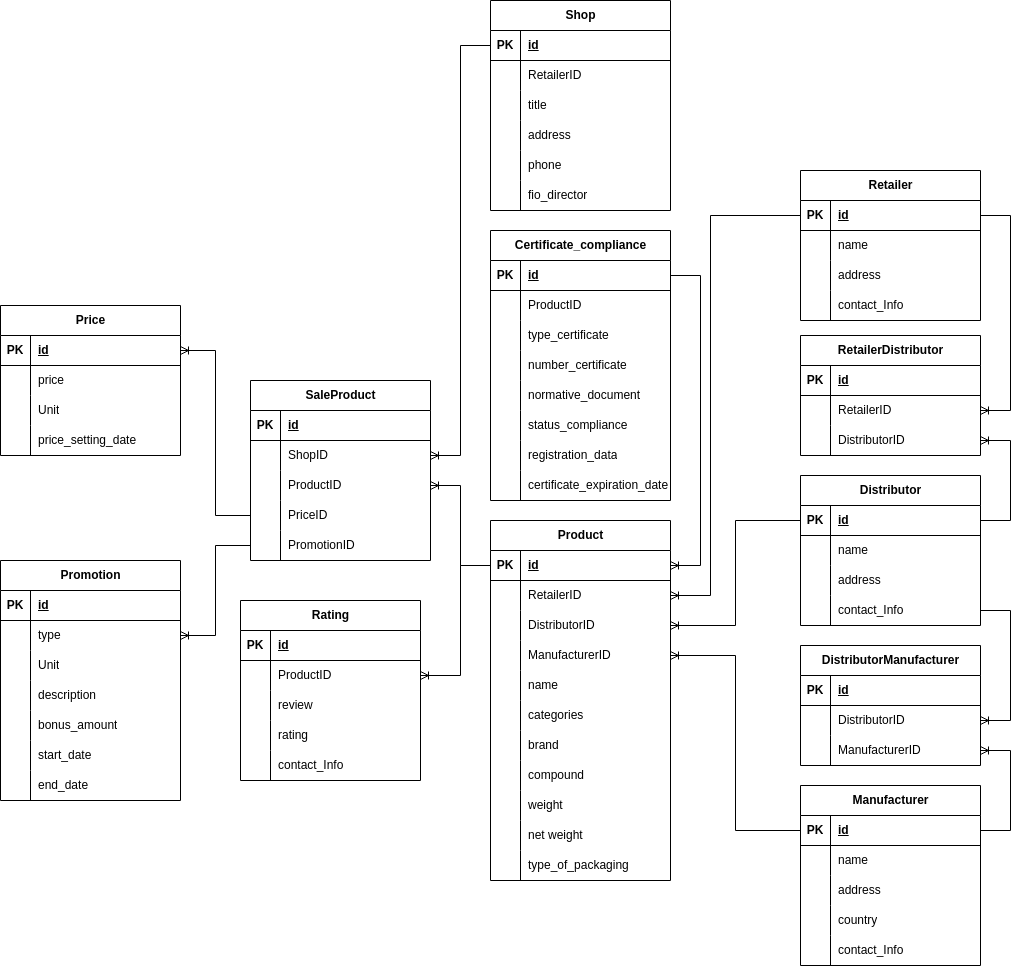
Before: docs/coursework/inc/img/er-entities-diag.drawio.png, a diagram exported from draw.io (nikitalystsev/db_course). Source tidied: cells renumbered, new cells last; positions are measured from the earlier drawing's top-left corner, leaving out a move shared by most shapes.
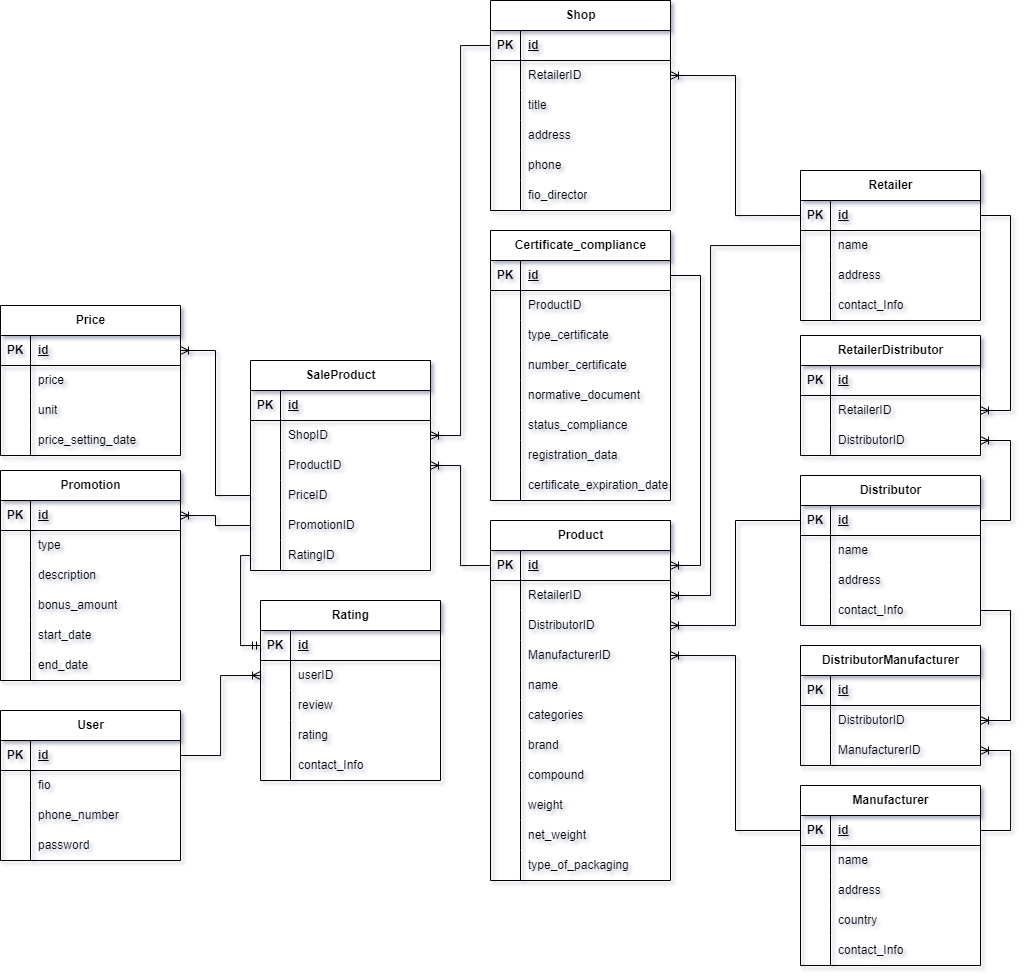
After the change.

Diff of the diagram source:
```diff
@@ -92,7 +92,7 @@
     <mxCell id="31" style="shape=partialRectangle;fillColor=none;top=0;left=0;bottom=0;right=0;overflow=hidden;whiteSpace=wrap;html=1;" parent="30" vertex="1">
       <mxGeometry width="30" height="30" as="geometry" />
     </mxCell>
-    <mxCell id="32" value="net weight" style="shape=partialRectangle;fillColor=none;top=0;left=0;bottom=0;right=0;align=left;spacingLeft=6;overflow=hidden;whiteSpace=wrap;html=1;" parent="30" vertex="1">
+    <mxCell id="32" value="net_weight" style="shape=partialRectangle;fillColor=none;top=0;left=0;bottom=0;right=0;align=left;spacingLeft=6;overflow=hidden;whiteSpace=wrap;html=1;" parent="30" vertex="1">
       <mxGeometry x="30" width="150" height="30" as="geometry" />
     </mxCell>
     <mxCell id="33" style="shape=tableRow;horizontal=0;startSize=0;swimlaneHead=0;swimlaneBody=0;fillColor=none;top=0;left=0;right=0;bottom=0;" parent="2" vertex="1">
@@ -359,7 +359,7 @@
       <mxGeometry x="30" width="150" height="30" as="geometry" />
     </mxCell>
     <mxCell id="119" value="SaleProduct" style="shape=table;startSize=30;rowLines=0;fontStyle=1;align=center;html=1;" parent="1" vertex="1">
-      <mxGeometry x="250" y="380" width="180" height="180" as="geometry" />
+      <mxGeometry x="250" y="360" width="180" height="210" as="geometry" />
     </mxCell>
     <mxCell id="120" style="shape=tableRow;horizontal=0;startSize=0;swimlaneHead=0;swimlaneBody=0;fillColor=none;top=0;left=0;right=0;bottom=1;" parent="119" vertex="1">
       <mxGeometry y="30" width="180" height="30" as="geometry" />
@@ -406,6 +406,15 @@
     <mxCell id="134" value="PromotionID" style="shape=partialRectangle;fillColor=none;top=0;left=0;bottom=0;right=0;align=left;spacingLeft=6;overflow=hidden;whiteSpace=wrap;html=1;" parent="132" vertex="1">
       <mxGeometry x="30" width="150" height="30" as="geometry" />
     </mxCell>
+    <mxCell id="222" style="shape=tableRow;horizontal=0;startSize=0;swimlaneHead=0;swimlaneBody=0;fillColor=none;points=[[0,0.5],[1,0.5]];portConstraint=eastwest;top=0;left=0;right=0;bottom=0;" parent="119" vertex="1">
+      <mxGeometry y="180" width="180" height="30" as="geometry" />
+    </mxCell>
+    <mxCell id="223" style="shape=partialRectangle;fillColor=none;top=0;left=0;bottom=0;right=0;overflow=hidden;whiteSpace=wrap;html=1;" parent="222" vertex="1">
+      <mxGeometry width="30" height="30" as="geometry" />
+    </mxCell>
+    <mxCell id="224" value="RatingID" style="shape=partialRectangle;fillColor=none;top=0;left=0;bottom=0;right=0;align=left;spacingLeft=6;overflow=hidden;whiteSpace=wrap;html=1;" parent="222" vertex="1">
+      <mxGeometry x="30" width="150" height="30" as="geometry" />
+    </mxCell>
     <mxCell id="135" style="edgeStyle=orthogonalEdgeStyle;fontSize=12;html=1;endArrow=ERoneToMany;rounded=0;entryX=1;entryY=0.5;entryDx=0;entryDy=0;exitX=0;exitY=0.5;exitDx=0;exitDy=0;" parent="1" edge="1" source="101" target="123">
       <mxGeometry relative="1" as="geometry" />
     </mxCell>
@@ -436,7 +445,7 @@
     <mxCell id="144" style="shape=partialRectangle;fillColor=none;top=0;left=0;bottom=0;right=0;overflow=hidden;whiteSpace=wrap;html=1;" parent="143" vertex="1">
       <mxGeometry width="30" height="30" as="geometry" />
     </mxCell>
-    <mxCell id="145" value="Unit" style="shape=partialRectangle;fillColor=none;top=0;left=0;bottom=0;right=0;align=left;spacingLeft=6;overflow=hidden;whiteSpace=wrap;html=1;" parent="143" vertex="1">
+    <mxCell id="145" value="unit" style="shape=partialRectangle;fillColor=none;top=0;left=0;bottom=0;right=0;align=left;spacingLeft=6;overflow=hidden;whiteSpace=wrap;html=1;" parent="143" vertex="1">
       <mxGeometry x="30" width="150" height="30" as="geometry" />
     </mxCell>
     <mxCell id="146" style="shape=tableRow;horizontal=0;startSize=0;swimlaneHead=0;swimlaneBody=0;fillColor=none;top=0;left=0;right=0;bottom=0;" parent="136" vertex="1">
@@ -455,7 +464,7 @@
       <mxGeometry relative="1" as="geometry" />
     </mxCell>
     <mxCell id="151" value="Promotion" style="shape=table;startSize=30;rowLines=0;fontStyle=1;align=center;html=1;" parent="1" vertex="1">
-      <mxGeometry y="560" width="180" height="240" as="geometry" />
+      <mxGeometry y="470" width="180" height="210" as="geometry" />
     </mxCell>
     <mxCell id="152" style="shape=tableRow;horizontal=0;startSize=0;swimlaneHead=0;swimlaneBody=0;fillColor=none;points=[[0,0.5],[1,0.5]];portConstraint=eastwest;top=0;left=0;right=0;bottom=1;" parent="151" vertex="1">
       <mxGeometry y="30" width="180" height="30" as="geometry" />
@@ -475,17 +484,8 @@
     <mxCell id="157" value="type" style="shape=partialRectangle;fillColor=none;top=0;left=0;bottom=0;right=0;align=left;spacingLeft=6;overflow=hidden;whiteSpace=wrap;html=1;" parent="155" vertex="1">
       <mxGeometry x="30" width="150" height="30" as="geometry" />
     </mxCell>
-    <mxCell id="158" style="shape=tableRow;horizontal=0;startSize=0;swimlaneHead=0;swimlaneBody=0;fillColor=none;top=0;left=0;right=0;bottom=0;" parent="151" vertex="1">
-      <mxGeometry y="90" width="180" height="30" as="geometry" />
-    </mxCell>
-    <mxCell id="159" style="shape=partialRectangle;fillColor=none;top=0;left=0;bottom=0;right=0;overflow=hidden;whiteSpace=wrap;html=1;" parent="158" vertex="1">
-      <mxGeometry width="30" height="30" as="geometry" />
-    </mxCell>
-    <mxCell id="160" value="Unit" style="shape=partialRectangle;fillColor=none;top=0;left=0;bottom=0;right=0;align=left;spacingLeft=6;overflow=hidden;whiteSpace=wrap;html=1;" parent="158" vertex="1">
-      <mxGeometry x="30" width="150" height="30" as="geometry" />
-    </mxCell>
     <mxCell id="161" style="shape=tableRow;horizontal=0;startSize=0;swimlaneHead=0;swimlaneBody=0;fillColor=none;top=0;left=0;right=0;bottom=0;" parent="151" vertex="1">
-      <mxGeometry y="120" width="180" height="30" as="geometry" />
+      <mxGeometry y="90" width="180" height="30" as="geometry" />
     </mxCell>
     <mxCell id="162" style="shape=partialRectangle;fillColor=none;top=0;left=0;bottom=0;right=0;overflow=hidden;whiteSpace=wrap;html=1;" parent="161" vertex="1">
       <mxGeometry width="30" height="30" as="geometry" />
@@ -494,7 +494,7 @@
       <mxGeometry x="30" width="150" height="30" as="geometry" />
     </mxCell>
     <mxCell id="164" style="shape=tableRow;horizontal=0;startSize=0;swimlaneHead=0;swimlaneBody=0;fillColor=none;top=0;left=0;right=0;bottom=0;" parent="151" vertex="1">
-      <mxGeometry y="150" width="180" height="30" as="geometry" />
+      <mxGeometry y="120" width="180" height="30" as="geometry" />
     </mxCell>
     <mxCell id="165" style="shape=partialRectangle;fillColor=none;top=0;left=0;bottom=0;right=0;overflow=hidden;whiteSpace=wrap;html=1;" parent="164" vertex="1">
       <mxGeometry width="30" height="30" as="geometry" />
@@ -503,7 +503,7 @@
       <mxGeometry x="30" width="150" height="30" as="geometry" />
     </mxCell>
     <mxCell id="167" style="shape=tableRow;horizontal=0;startSize=0;swimlaneHead=0;swimlaneBody=0;fillColor=none;top=0;left=0;right=0;bottom=0;" parent="151" vertex="1">
-      <mxGeometry y="180" width="180" height="30" as="geometry" />
+      <mxGeometry y="150" width="180" height="30" as="geometry" />
     </mxCell>
     <mxCell id="168" style="shape=partialRectangle;fillColor=none;top=0;left=0;bottom=0;right=0;overflow=hidden;whiteSpace=wrap;html=1;" parent="167" vertex="1">
       <mxGeometry width="30" height="30" as="geometry" />
@@ -512,7 +512,7 @@
       <mxGeometry x="30" width="150" height="30" as="geometry" />
     </mxCell>
     <mxCell id="170" style="shape=tableRow;horizontal=0;startSize=0;swimlaneHead=0;swimlaneBody=0;fillColor=none;top=0;left=0;right=0;bottom=0;" parent="151" vertex="1">
-      <mxGeometry y="210" width="180" height="30" as="geometry" />
+      <mxGeometry y="180" width="180" height="30" as="geometry" />
     </mxCell>
     <mxCell id="171" style="shape=partialRectangle;fillColor=none;top=0;left=0;bottom=0;right=0;overflow=hidden;whiteSpace=wrap;html=1;" parent="170" vertex="1">
       <mxGeometry width="30" height="30" as="geometry" />
@@ -520,11 +520,11 @@
     <mxCell id="172" value="end_date" style="shape=partialRectangle;fillColor=none;top=0;left=0;bottom=0;right=0;align=left;spacingLeft=6;overflow=hidden;whiteSpace=wrap;html=1;" parent="170" vertex="1">
       <mxGeometry x="30" width="150" height="30" as="geometry" />
     </mxCell>
-    <mxCell id="173" style="edgeStyle=orthogonalEdgeStyle;fontSize=12;html=1;endArrow=ERoneToMany;rounded=0;entryX=1;entryY=0.5;entryDx=0;entryDy=0;exitX=0;exitY=0.5;exitDx=0;exitDy=0;" parent="1" edge="1" source="132" target="155">
+    <mxCell id="173" style="edgeStyle=orthogonalEdgeStyle;fontSize=12;html=1;endArrow=ERoneToMany;rounded=0;entryX=1;entryY=0.5;entryDx=0;entryDy=0;exitX=0;exitY=0.5;exitDx=0;exitDy=0;" parent="1" edge="1" source="132" target="152">
       <mxGeometry relative="1" as="geometry" />
     </mxCell>
     <mxCell id="174" value="Rating" style="shape=table;startSize=30;rowLines=0;fontStyle=1;align=center;html=1;" parent="1" vertex="1">
-      <mxGeometry x="240" y="600" width="180" height="180" as="geometry" />
+      <mxGeometry x="260" y="600" width="180" height="180" as="geometry" />
     </mxCell>
     <mxCell id="175" style="shape=tableRow;horizontal=0;startSize=0;swimlaneHead=0;swimlaneBody=0;fillColor=none;points=[[0,0.5],[1,0.5]];portConstraint=eastwest;top=0;left=0;right=0;bottom=1;" parent="174" vertex="1">
       <mxGeometry y="30" width="180" height="30" as="geometry" />
@@ -535,24 +535,24 @@
     <mxCell id="177" value="id" style="shape=partialRectangle;fillColor=none;top=0;left=0;bottom=0;right=0;align=left;spacingLeft=6;fontStyle=5;overflow=hidden;whiteSpace=wrap;html=1;" parent="175" vertex="1">
       <mxGeometry x="30" width="150" height="30" as="geometry" />
     </mxCell>
-    <mxCell id="178" style="shape=tableRow;horizontal=0;startSize=0;swimlaneHead=0;swimlaneBody=0;fillColor=none;points=[[0,0.5],[1,0.5]];portConstraint=eastwest;top=0;left=0;right=0;bottom=0;" parent="174" vertex="1">
-      <mxGeometry y="60" width="180" height="30" as="geometry" />
-    </mxCell>
-    <mxCell id="179" style="shape=partialRectangle;fillColor=none;top=0;left=0;bottom=0;right=0;overflow=hidden;whiteSpace=wrap;html=1;" parent="178" vertex="1">
-      <mxGeometry width="30" height="30" as="geometry" />
-    </mxCell>
-    <mxCell id="180" value="ProductID" style="shape=partialRectangle;fillColor=none;top=0;left=0;bottom=0;right=0;align=left;spacingLeft=6;overflow=hidden;whiteSpace=wrap;html=1;" parent="178" vertex="1">
-      <mxGeometry x="30" width="150" height="30" as="geometry" />
-    </mxCell>
     <mxCell id="181" style="shape=tableRow;horizontal=0;startSize=0;swimlaneHead=0;swimlaneBody=0;fillColor=none;points=[[0,0.5],[1,0.5]];portConstraint=eastwest;top=0;left=0;right=0;bottom=0;" parent="174" vertex="1">
-      <mxGeometry y="90" width="180" height="30" as="geometry" />
+      <mxGeometry y="60" width="180" height="30" as="geometry" />
     </mxCell>
     <mxCell id="182" style="shape=partialRectangle;fillColor=none;top=0;left=0;bottom=0;right=0;overflow=hidden;whiteSpace=wrap;html=1;" parent="181" vertex="1">
       <mxGeometry width="30" height="30" as="geometry" />
     </mxCell>
-    <mxCell id="183" value="review" style="shape=partialRectangle;fillColor=none;top=0;left=0;bottom=0;right=0;align=left;spacingLeft=6;overflow=hidden;whiteSpace=wrap;html=1;" parent="181" vertex="1">
+    <mxCell id="183" value="userID" style="shape=partialRectangle;fillColor=none;top=0;left=0;bottom=0;right=0;align=left;spacingLeft=6;overflow=hidden;whiteSpace=wrap;html=1;" parent="181" vertex="1">
       <mxGeometry x="30" width="150" height="30" as="geometry" />
     </mxCell>
+    <mxCell id="225" style="shape=tableRow;horizontal=0;startSize=0;swimlaneHead=0;swimlaneBody=0;fillColor=none;top=0;left=0;right=0;bottom=0;" parent="174" vertex="1">
+      <mxGeometry y="90" width="180" height="30" as="geometry" />
+    </mxCell>
+    <mxCell id="226" style="shape=partialRectangle;fillColor=none;top=0;left=0;bottom=0;right=0;overflow=hidden;whiteSpace=wrap;html=1;" parent="225" vertex="1">
+      <mxGeometry width="30" height="30" as="geometry" />
+    </mxCell>
+    <mxCell id="227" value="review" style="shape=partialRectangle;fillColor=none;top=0;left=0;bottom=0;right=0;align=left;spacingLeft=6;overflow=hidden;whiteSpace=wrap;html=1;" parent="225" vertex="1">
+      <mxGeometry x="30" width="150" height="30" as="geometry" />
+    </mxCell>
     <mxCell id="184" style="shape=tableRow;horizontal=0;startSize=0;swimlaneHead=0;swimlaneBody=0;fillColor=none;top=0;left=0;right=0;bottom=0;" parent="174" vertex="1">
       <mxGeometry y="120" width="180" height="30" as="geometry" />
     </mxCell>
@@ -594,10 +594,10 @@
     <mxCell id="193" style="edgeStyle=orthogonalEdgeStyle;fontSize=12;html=1;endArrow=ERoneToMany;rounded=0;entryX=1;entryY=0.5;entryDx=0;entryDy=0;exitX=0;exitY=0.5;exitDx=0;exitDy=0;" parent="1" edge="1" source="64" target="12">
       <mxGeometry relative="1" as="geometry" />
     </mxCell>
-    <mxCell id="194" style="edgeStyle=orthogonalEdgeStyle;fontSize=12;html=1;endArrow=ERoneToMany;rounded=0;entryX=1;entryY=0.5;entryDx=0;entryDy=0;exitX=0;exitY=0.5;exitDx=0;exitDy=0;" parent="1" edge="1" source="37" target="6">
+    <mxCell id="194" style="edgeStyle=orthogonalEdgeStyle;fontSize=12;html=1;endArrow=ERoneToMany;rounded=0;entryX=1;entryY=0.5;entryDx=0;entryDy=0;exitX=0;exitY=0.5;exitDx=0;exitDy=0;" parent="1" edge="1" source="40" target="6">
       <mxGeometry relative="1" as="geometry">
         <Array as="points">
-          <mxPoint x="710" y="215" />
+          <mxPoint x="710" y="245" />
           <mxPoint x="710" y="595" />
         </Array>
       </mxGeometry>
@@ -684,13 +684,53 @@
         </Array>
       </mxGeometry>
     </mxCell>
-    <mxCell id="221" style="edgeStyle=orthogonalEdgeStyle;fontSize=12;html=1;endArrow=ERoneToMany;rounded=0;entryX=1;entryY=0.5;entryDx=0;entryDy=0;exitX=0;exitY=0.5;exitDx=0;exitDy=0;" parent="1" edge="1" source="3" target="178">
-      <mxGeometry relative="1" as="geometry">
-        <Array as="points">
-          <mxPoint x="460" y="565" />
-          <mxPoint x="460" y="675" />
-        </Array>
-      </mxGeometry>
-    </mxCell>
+    <mxCell id="228" style="edgeStyle=orthogonalEdgeStyle;fontSize=12;html=1;endArrow=ERoneToMany;rounded=0;entryX=1;entryY=0.5;entryDx=0;entryDy=0;exitX=0;exitY=0.5;exitDx=0;exitDy=0;" parent="1" edge="1" source="37" target="104">
+      <mxGeometry relative="1" as="geometry" />
+    </mxCell>
+    <mxCell id="229" style="edgeStyle=orthogonalEdgeStyle;fontSize=12;html=1;endArrow=ERmandOne;rounded=0;entryX=0;entryY=0.5;entryDx=0;entryDy=0;exitX=0;exitY=0.5;exitDx=0;exitDy=0;" parent="1" edge="1" source="222" target="175">
+      <mxGeometry relative="1" as="geometry" />
+    </mxCell>
+    <mxCell id="230" value="User" style="shape=table;startSize=30;rowLines=0;fontStyle=1;align=center;html=1;" parent="1" vertex="1">
+      <mxGeometry y="710" width="180" height="150" as="geometry" />
+    </mxCell>
+    <mxCell id="231" style="shape=tableRow;horizontal=0;startSize=0;swimlaneHead=0;swimlaneBody=0;fillColor=none;points=[[0,0.5],[1,0.5]];portConstraint=eastwest;top=0;left=0;right=0;bottom=1;" parent="230" vertex="1">
+      <mxGeometry y="30" width="180" height="30" as="geometry" />
+    </mxCell>
+    <mxCell id="232" value="PK" style="shape=partialRectangle;fillColor=none;top=0;left=0;bottom=0;right=0;fontStyle=1;overflow=hidden;whiteSpace=wrap;html=1;" parent="231" vertex="1">
+      <mxGeometry width="30" height="30" as="geometry" />
+    </mxCell>
+    <mxCell id="233" value="id" style="shape=partialRectangle;fillColor=none;top=0;left=0;bottom=0;right=0;align=left;spacingLeft=6;fontStyle=5;overflow=hidden;whiteSpace=wrap;html=1;" parent="231" vertex="1">
+      <mxGeometry x="30" width="150" height="30" as="geometry" />
+    </mxCell>
+    <mxCell id="178" style="shape=tableRow;horizontal=0;startSize=0;swimlaneHead=0;swimlaneBody=0;fillColor=none;points=[[0,0.5],[1,0.5]];portConstraint=eastwest;top=0;left=0;right=0;bottom=0;" parent="230" vertex="1">
+      <mxGeometry y="60" width="180" height="30" as="geometry" />
+    </mxCell>
+    <mxCell id="234" style="shape=partialRectangle;fillColor=none;top=0;left=0;bottom=0;right=0;overflow=hidden;whiteSpace=wrap;html=1;" parent="178" vertex="1">
+      <mxGeometry width="30" height="30" as="geometry" />
+    </mxCell>
+    <mxCell id="235" value="fio" style="shape=partialRectangle;fillColor=none;top=0;left=0;bottom=0;right=0;align=left;spacingLeft=6;overflow=hidden;whiteSpace=wrap;html=1;" parent="178" vertex="1">
+      <mxGeometry x="30" width="150" height="30" as="geometry" />
+    </mxCell>
+    <mxCell id="236" style="shape=tableRow;horizontal=0;startSize=0;swimlaneHead=0;swimlaneBody=0;fillColor=none;top=0;left=0;right=0;bottom=0;" parent="230" vertex="1">
+      <mxGeometry y="90" width="180" height="30" as="geometry" />
+    </mxCell>
+    <mxCell id="237" style="shape=partialRectangle;fillColor=none;top=0;left=0;bottom=0;right=0;overflow=hidden;whiteSpace=wrap;html=1;" parent="236" vertex="1">
+      <mxGeometry width="30" height="30" as="geometry" />
+    </mxCell>
+    <mxCell id="238" value="&lt;div style=&quot;text-align: center;&quot;&gt;&lt;span style=&quot;background-color: initial; text-wrap: nowrap;&quot;&gt;phone_number&lt;/span&gt;&lt;/div&gt;" style="shape=partialRectangle;fillColor=none;top=0;left=0;bottom=0;right=0;align=left;spacingLeft=6;overflow=hidden;whiteSpace=wrap;html=1;" parent="236" vertex="1">
+      <mxGeometry x="30" width="150" height="30" as="geometry" />
+    </mxCell>
+    <mxCell id="239" style="shape=tableRow;horizontal=0;startSize=0;swimlaneHead=0;swimlaneBody=0;fillColor=none;top=0;left=0;right=0;bottom=0;" parent="230" vertex="1">
+      <mxGeometry y="120" width="180" height="30" as="geometry" />
+    </mxCell>
+    <mxCell id="240" style="shape=partialRectangle;fillColor=none;top=0;left=0;bottom=0;right=0;overflow=hidden;whiteSpace=wrap;html=1;" parent="239" vertex="1">
+      <mxGeometry width="30" height="30" as="geometry" />
+    </mxCell>
+    <mxCell id="241" value="password" style="shape=partialRectangle;fillColor=none;top=0;left=0;bottom=0;right=0;align=left;spacingLeft=6;overflow=hidden;whiteSpace=wrap;html=1;" parent="239" vertex="1">
+      <mxGeometry x="30" width="150" height="30" as="geometry" />
+    </mxCell>
+    <mxCell id="242" style="edgeStyle=orthogonalEdgeStyle;fontSize=12;html=1;endArrow=ERoneToMany;rounded=0;entryX=0;entryY=0.5;entryDx=0;entryDy=0;exitX=1;exitY=0.5;exitDx=0;exitDy=0;" parent="1" edge="1" source="231" target="181">
+      <mxGeometry relative="1" as="geometry" />
+    </mxCell>
   </root>
 </mxGraphModel>
```
